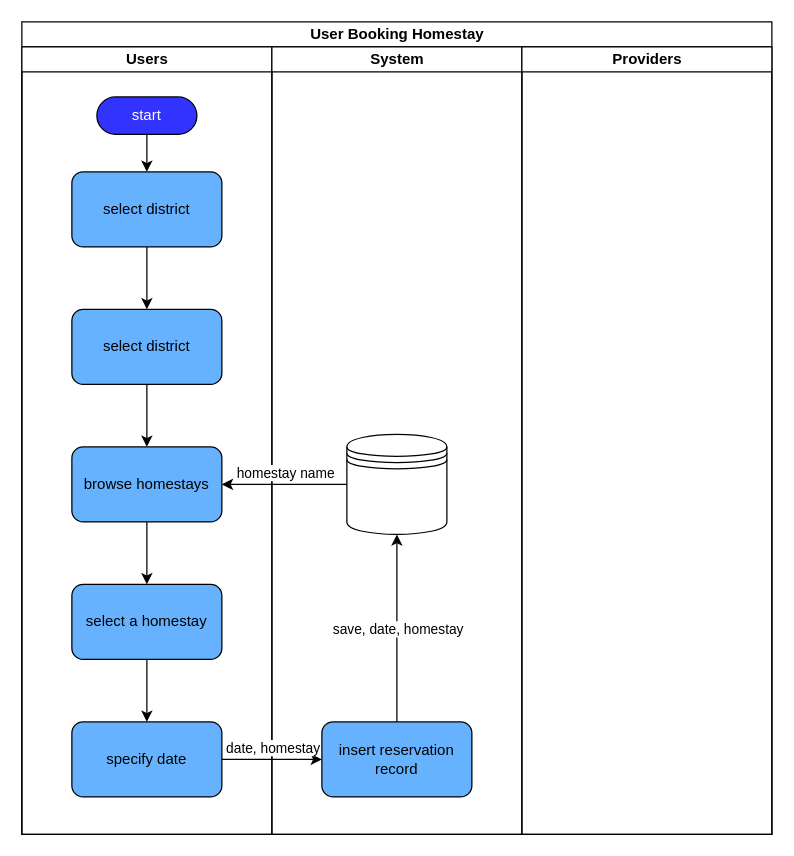
Earlier version of the draw.io diagram page "user booking homestay" (5 of 9) of banpin_app_data_flow.drawio (thunwara/BanPinExploreDocument). Source tidied: cells renumbered, new cells numbered last; positions are measured from the earlier drawing's top-left corner, leaving out a move shared by most shapes. Both pictures are drawn from the tidied source at 125%, with x=0, y=0 at pixel (21, 21).
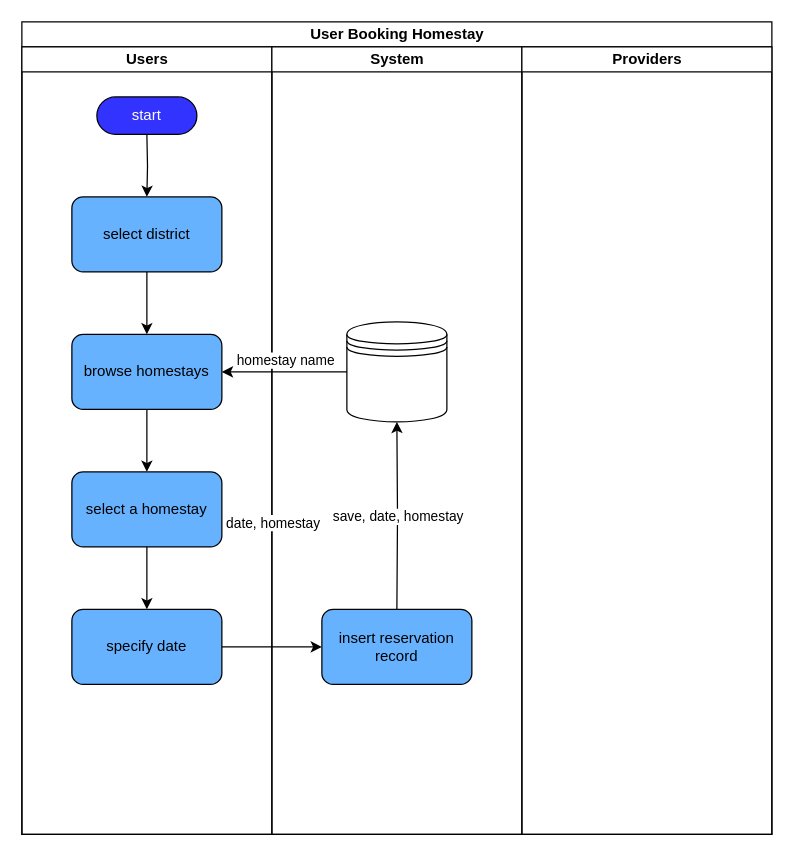
The same diagram, later.

The change refers to these unchanged cells:
```xml
<mxCell id="2" value="User Booking Homestay" style="swimlane;startSize=20;html=1;" parent="1" vertex="1">
  <mxGeometry width="600" height="650" as="geometry" />
</mxCell>
<mxCell id="3" value="Users" style="swimlane;startSize=20;html=1;" parent="2" vertex="1">
  <mxGeometry y="20" width="200" height="630" as="geometry" />
</mxCell>
<mxCell id="13" value="System" style="swimlane;startSize=20;html=1;" parent="2" vertex="1">
  <mxGeometry x="200" y="20" width="200" height="630" as="geometry" />
</mxCell>
<mxCell id="14" value="&lt;font color=&quot;#ffffff&quot;&gt;start&lt;/font&gt;" style="html=1;dashed=0;whiteSpace=wrap;shape=mxgraph.dfd.start;fillColor=#3333FF;" parent="13" vertex="1">
  <mxGeometry x="-140" y="40" width="80" height="30" as="geometry" />
</mxCell>
<mxCell id="20" style="edgeStyle=orthogonalEdgeStyle;rounded=0;jettySize=auto;html=1;" parent="2" edge="1" source="4" target="18">
  <mxGeometry relative="1" as="geometry" />
</mxCell>
```

Diff of the diagram source:
```diff
@@
     <mxCell id="4" value="specify date" style="whiteSpace=wrap;html=1;fillColor=#66B2FF;rounded=1;" parent="3" vertex="1">
-      <mxGeometry x="40" y="540" width="120" height="60" as="geometry" />
+      <mxGeometry x="40" y="450" width="120" height="60" as="geometry" />
     </mxCell>
-    <mxCell id="5" style="edgeStyle=orthogonalEdgeStyle;rounded=0;jettySize=auto;html=1;entryX=0.5;entryY=0;entryDx=0;entryDy=0;" parent="3" edge="1" source="6" target="7">
-      <mxGeometry relative="1" as="geometry" />
+    <mxCell id="5" style="edgeStyle=orthogonalEdgeStyle;rounded=0;jettySize=auto;html=1;entryX=0.5;entryY=0;entryDx=0;entryDy=0;" parent="3" edge="1" target="7">
+      <mxGeometry relative="1" as="geometry">
+        <mxPoint x="100" y="70" as="sourcePoint" />
+      </mxGeometry>
     </mxCell>
-    <mxCell id="6" value="select district" style="rounded=1;whiteSpace=wrap;html=1;fillColor=#66B2FF;" parent="3" vertex="1">
-      <mxGeometry x="40" y="100" width="120" height="60" as="geometry" />
-    </mxCell>
     <mxCell id="7" value="select district" style="rounded=1;whiteSpace=wrap;html=1;fillColor=#66B2FF;" parent="3" vertex="1">
-      <mxGeometry x="40" y="210" width="120" height="60" as="geometry" />
+      <mxGeometry x="40" y="120" width="120" height="60" as="geometry" />
     </mxCell>
     <mxCell id="8" value="browse homestays" style="whiteSpace=wrap;html=1;fillColor=#66B2FF;rounded=1;" parent="3" vertex="1">
-      <mxGeometry x="40" y="320" width="120" height="60" as="geometry" />
+      <mxGeometry x="40" y="230" width="120" height="60" as="geometry" />
     </mxCell>
@@
     <mxCell id="10" value="select a homestay" style="whiteSpace=wrap;html=1;fillColor=#66B2FF;rounded=1;" parent="3" vertex="1">
-      <mxGeometry x="40" y="430" width="120" height="60" as="geometry" />
+      <mxGeometry x="40" y="340" width="120" height="60" as="geometry" />
     </mxCell>
@@
     <mxCell id="15" style="shape=datastore;whiteSpace=wrap;html=1;" parent="13" vertex="1">
-      <mxGeometry x="60" y="310" width="80" height="80" as="geometry" />
+      <mxGeometry x="60" y="220" width="80" height="80" as="geometry" />
     </mxCell>
-    <mxCell id="16" style="edgeStyle=orthogonalEdgeStyle;rounded=0;jettySize=auto;html=1;entryX=0.5;entryY=1;entryDx=0;entryDy=0;" parent="13" edge="1" source="18" target="15">
-      <mxGeometry relative="1" as="geometry" />
+    <mxCell id="16" style="edgeStyle=orthogonalEdgeStyle;rounded=0;jettySize=auto;html=1;entryX=0.5;entryY=1;entryDx=0;entryDy=0;" parent="13" edge="1" target="15">
+      <mxGeometry relative="1" as="geometry">
+        <mxPoint x="100" y="450" as="sourcePoint" />
+      </mxGeometry>
     </mxCell>
@@
     <mxCell id="18" value="insert reservation&lt;div&gt;record&lt;/div&gt;" style="whiteSpace=wrap;html=1;fillColor=#66B2FF;rounded=1;" parent="13" vertex="1">
-      <mxGeometry x="40" y="540" width="120" height="60" as="geometry" />
+      <mxGeometry x="40" y="450" width="120" height="60" as="geometry" />
     </mxCell>
@@
     <mxCell id="21" value="date, homestay" style="edgeLabel;html=1;align=center;verticalAlign=middle;" parent="20" vertex="1">
       <mxGeometry relative="1" as="geometry">
-        <mxPoint y="-10" as="offset" />
+        <mxPoint y="-100" as="offset" />
       </mxGeometry>
     </mxCell>
-    <mxCell id="22" style="edgeStyle=orthogonalEdgeStyle;rounded=0;jettySize=auto;html=1;entryX=0.5;entryY=0;entryDx=0;entryDy=0;" parent="2" edge="1" source="14" target="6">
-      <mxGeometry relative="1" as="geometry" />
-    </mxCell>
```
